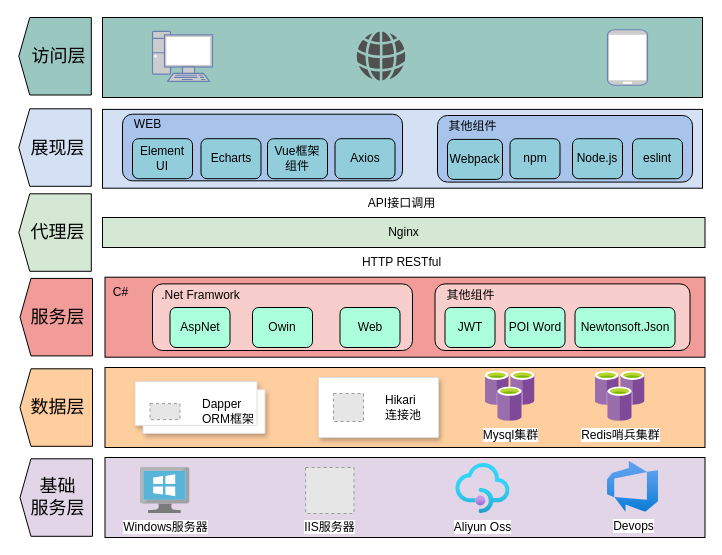
The draw.io diagram 未命名绘图.drawio in PXNPXN/MyHexo, before the edit. Source tidied: cells renumbered, new cells numbered last; positions are measured from the earlier drawing's top-left corner, leaving out a move shared by most shapes. Both pictures are drawn from the tidied source at 100%, with x=0, y=0 at pixel (16, 17). Pictures stored in the file or linked from it are replaced by grey dashed boxes.
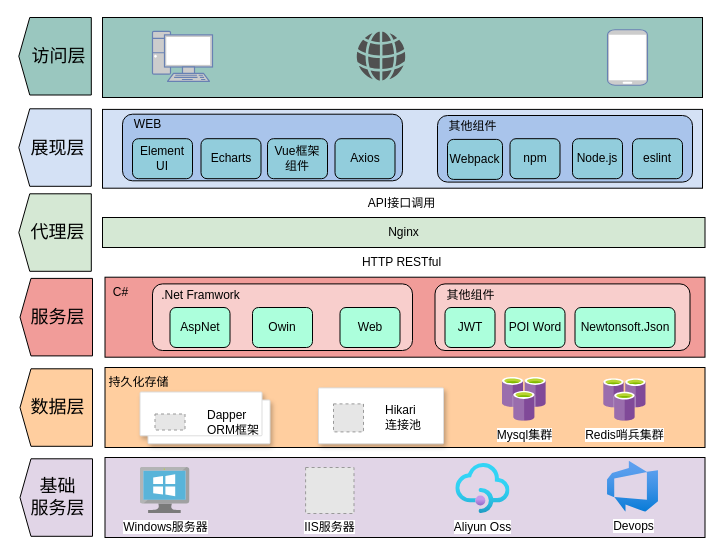
Above is the later version.

Commit message:
桥梁管理配置系统架构图.drawio

Diff of the diagram source:
```diff
@@
     <mxCell id="19" value="Mysql集群" style="image;sketch=0;html=1;align=center;fontSize=12;image=img/lib/mscae/Azure_Cache_for_Redis.svg;" parent="1" vertex="1">
-      <mxGeometry x="468.5" y="353.8" width="50" height="50" as="geometry" />
+      <mxGeometry x="486" y="360" width="43.8" height="43.8" as="geometry" />
     </mxCell>
     <mxCell id="20" value="Redis哨兵集群" style="image;sketch=0;html=1;align=center;fontSize=12;image=img/lib/mscae/Azure_Cache_for_Redis.svg;" parent="1" vertex="1">
-      <mxGeometry x="578.5" y="353.8" width="50" height="50" as="geometry" />
+      <mxGeometry x="587.2" y="361.3" width="42.5" height="42.5" as="geometry" />
     </mxCell>
@@
     <mxCell id="25" style="shape=mxgraph.gcp2.doubleRect;strokeColor=#dddddd;shadow=1;strokeWidth=1;rounded=1;absoluteArcSize=1;arcSize=2;" parent="1" vertex="1">
-      <mxGeometry x="118.5" y="364.1" width="130" height="51.8" as="geometry" />
+      <mxGeometry x="123.5" y="374.5" width="130" height="51.8" as="geometry" />
     </mxCell>
@@
     <mxCell id="27" style="strokeColor=#dddddd;shadow=1;strokeWidth=1;rounded=1;absoluteArcSize=1;arcSize=2;" parent="1" vertex="1">
-      <mxGeometry x="302" y="360" width="120" height="60" as="geometry" />
+      <mxGeometry x="302" y="370.4" width="125" height="55.9" as="geometry" />
     </mxCell>
@@
+    <mxCell id="58" value="持久化存储" style="text;html=1;align=center;verticalAlign=middle;strokeColor=none;fillColor=none;" parent="1" vertex="1">
+      <mxGeometry x="82.2" y="350" width="80" height="30" as="geometry" />
+    </mxCell>
```
